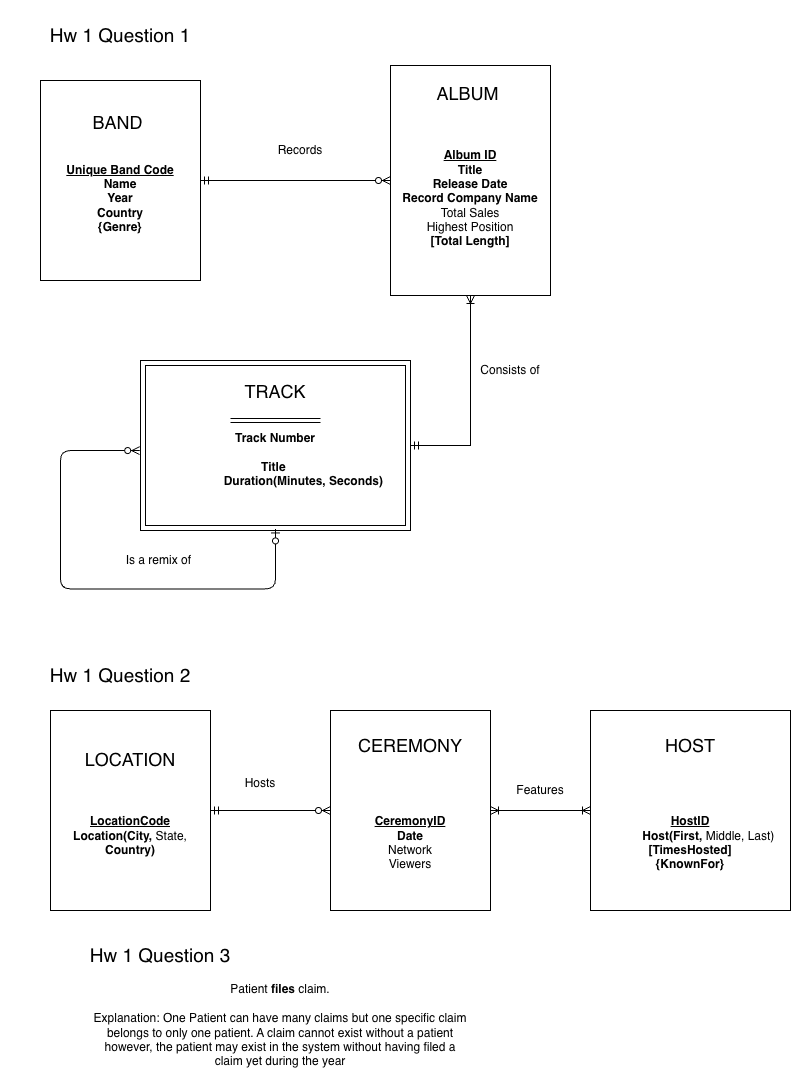
Before: HW 1.drawio.png, a diagram exported from draw.io (KennethManzi1/Data-Management-Graduate-School-Course). Source tidied: cells renumbered, new cells last; positions are measured from the earlier drawing's top-left corner, leaving out a move shared by most shapes.
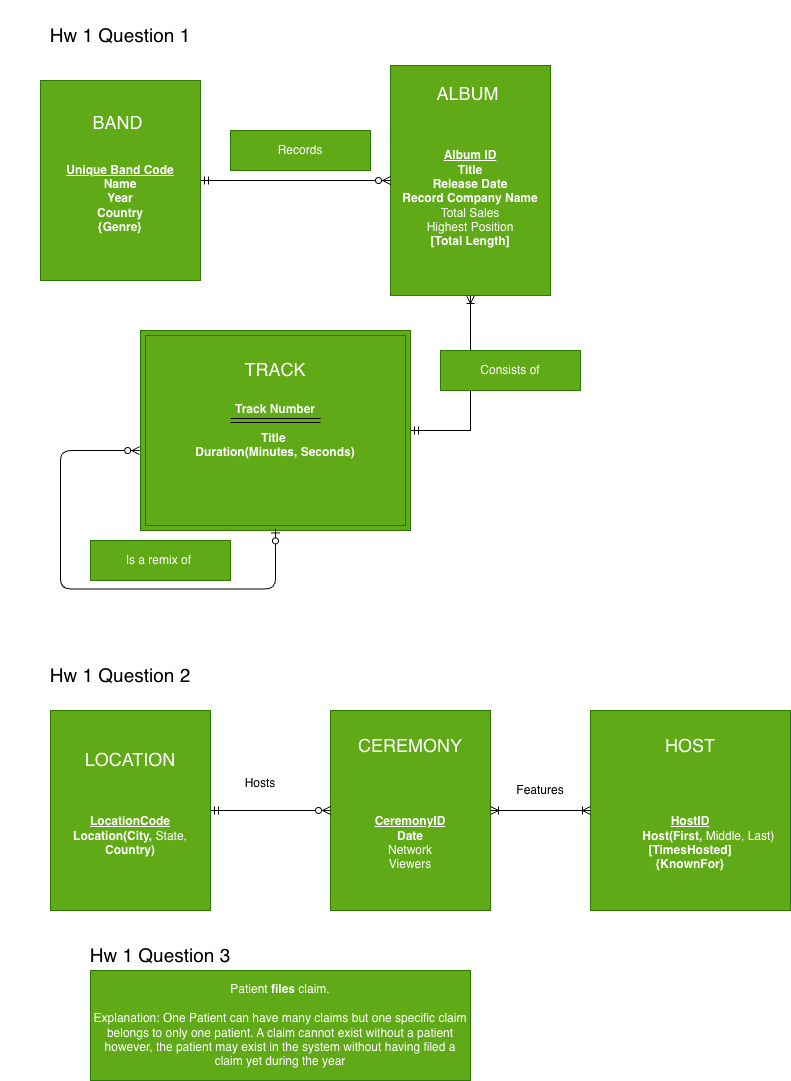
The same diagram one commit later.

Change to the diagram source:
```diff
@@ -5,20 +5,20 @@
     <mxCell id="2" value="Hw 1 Question 1" style="text;html=1;whiteSpace=wrap;strokeColor=none;fillColor=none;align=center;verticalAlign=middle;rounded=0;fontSize=19;" parent="1" vertex="1">
       <mxGeometry width="240" height="70" as="geometry" />
     </mxCell>
-    <mxCell id="3" value="&lt;font style=&quot;font-size: 18px;&quot;&gt;BAND&lt;b&gt;&amp;nbsp;&lt;/b&gt;&lt;/font&gt;&lt;div&gt;&lt;br&gt;&lt;/div&gt;&lt;div&gt;&lt;br&gt;&lt;/div&gt;&lt;div&gt;&lt;div&gt;&lt;u&gt;&lt;b&gt;Unique Band Code&lt;/b&gt;&lt;/u&gt;&lt;/div&gt;&lt;div&gt;&lt;b&gt;Name&lt;/b&gt;&lt;/div&gt;&lt;div&gt;&lt;b&gt;Year&lt;/b&gt;&lt;/div&gt;&lt;div&gt;&lt;b&gt;Country&lt;/b&gt;&lt;/div&gt;&lt;div&gt;&lt;b&gt;{Genre}&lt;/b&gt;&lt;/div&gt;&lt;div&gt;&lt;br&gt;&lt;/div&gt;&lt;/div&gt;" style="whiteSpace=wrap;html=1;align=center;" parent="1" vertex="1">
+    <mxCell id="3" value="&lt;font style=&quot;font-size: 18px;&quot;&gt;BAND&lt;b&gt;&amp;nbsp;&lt;/b&gt;&lt;/font&gt;&lt;div&gt;&lt;br&gt;&lt;/div&gt;&lt;div&gt;&lt;br&gt;&lt;/div&gt;&lt;div&gt;&lt;div&gt;&lt;u&gt;&lt;b&gt;Unique Band Code&lt;/b&gt;&lt;/u&gt;&lt;/div&gt;&lt;div&gt;&lt;b&gt;Name&lt;/b&gt;&lt;/div&gt;&lt;div&gt;&lt;b&gt;Year&lt;/b&gt;&lt;/div&gt;&lt;div&gt;&lt;b&gt;Country&lt;/b&gt;&lt;/div&gt;&lt;div&gt;&lt;b&gt;{Genre}&lt;/b&gt;&lt;/div&gt;&lt;div&gt;&lt;br&gt;&lt;/div&gt;&lt;/div&gt;" style="whiteSpace=wrap;html=1;align=center;fillColor=#60a917;fontColor=#ffffff;strokeColor=#2D7600;" parent="1" vertex="1">
       <mxGeometry x="40" y="80" width="160" height="200" as="geometry" />
     </mxCell>
-    <mxCell id="4" value="&lt;font style=&quot;font-size: 18px;&quot;&gt;ALBUM&amp;nbsp;&lt;/font&gt;&lt;div&gt;&lt;span style=&quot;font-size: 18px;&quot;&gt;&lt;br&gt;&lt;/span&gt;&lt;/div&gt;&lt;div&gt;&lt;span style=&quot;font-size: 18px;&quot;&gt;&lt;br&gt;&lt;/span&gt;&lt;div&gt;&lt;b&gt;&lt;u&gt;Album ID&lt;/u&gt;&lt;/b&gt;&lt;/div&gt;&lt;div&gt;&lt;b&gt;Title&lt;/b&gt;&lt;/div&gt;&lt;div&gt;&lt;b&gt;Release Date&lt;/b&gt;&lt;/div&gt;&lt;div&gt;&lt;b&gt;Record Company Name&lt;/b&gt;&lt;/div&gt;&lt;div&gt;Total Sales&lt;/div&gt;&lt;div&gt;Highest Position&lt;/div&gt;&lt;div&gt;&lt;b&gt;[Total Length]&lt;/b&gt;&lt;/div&gt;&lt;div&gt;&lt;br&gt;&lt;/div&gt;&lt;div&gt;&lt;br&gt;&lt;/div&gt;&lt;/div&gt;" style="whiteSpace=wrap;html=1;align=center;" parent="1" vertex="1">
+    <mxCell id="4" value="&lt;font style=&quot;font-size: 18px;&quot;&gt;ALBUM&amp;nbsp;&lt;/font&gt;&lt;div&gt;&lt;span style=&quot;font-size: 18px;&quot;&gt;&lt;br&gt;&lt;/span&gt;&lt;/div&gt;&lt;div&gt;&lt;span style=&quot;font-size: 18px;&quot;&gt;&lt;br&gt;&lt;/span&gt;&lt;div&gt;&lt;b&gt;&lt;u&gt;Album ID&lt;/u&gt;&lt;/b&gt;&lt;/div&gt;&lt;div&gt;&lt;b&gt;Title&lt;/b&gt;&lt;/div&gt;&lt;div&gt;&lt;b&gt;Release Date&lt;/b&gt;&lt;/div&gt;&lt;div&gt;&lt;b&gt;Record Company Name&lt;/b&gt;&lt;/div&gt;&lt;div&gt;Total Sales&lt;/div&gt;&lt;div&gt;Highest Position&lt;/div&gt;&lt;div&gt;&lt;b&gt;[Total Length]&lt;/b&gt;&lt;/div&gt;&lt;div&gt;&lt;br&gt;&lt;/div&gt;&lt;div&gt;&lt;br&gt;&lt;/div&gt;&lt;/div&gt;" style="whiteSpace=wrap;html=1;align=center;fillColor=#60a917;fontColor=#ffffff;strokeColor=#2D7600;" parent="1" vertex="1">
       <mxGeometry x="390" y="65" width="160" height="230" as="geometry" />
     </mxCell>
     <mxCell id="5" style="edgeStyle=entityRelationEdgeStyle;fontSize=12;html=1;endArrow=ERzeroToMany;startArrow=ERmandOne;rounded=0;exitX=1;exitY=0.5;exitDx=0;exitDy=0;entryX=0;entryY=0.5;entryDx=0;entryDy=0;" parent="1" edge="1" source="3" target="4">
       <mxGeometry relative="1" as="geometry" />
     </mxCell>
-    <mxCell id="6" value="Records" style="text;html=1;whiteSpace=wrap;strokeColor=none;fillColor=none;align=center;verticalAlign=middle;rounded=0;" parent="1" vertex="1">
+    <mxCell id="6" value="Records" style="text;html=1;whiteSpace=wrap;strokeColor=#2D7600;fillColor=#60a917;align=center;verticalAlign=middle;rounded=0;fontColor=#ffffff;" parent="1" vertex="1">
       <mxGeometry x="230" y="130" width="140" height="40" as="geometry" />
     </mxCell>
-    <mxCell id="7" value="&lt;div&gt;&lt;font style=&quot;font-size: 18px;&quot;&gt;&lt;br&gt;&lt;/font&gt;&lt;/div&gt;&lt;font style=&quot;font-size: 18px;&quot;&gt;TRACK&lt;/font&gt;&lt;div&gt;&lt;div&gt;&lt;br&gt;&lt;/div&gt;&lt;div&gt;&lt;br&gt;&lt;/div&gt;&lt;div&gt;&lt;b&gt;Track Number&lt;/b&gt;&lt;/div&gt;&lt;div&gt;&lt;br&gt;&lt;/div&gt;&lt;div&gt;&lt;span style=&quot;background-color: transparent; color: light-dark(rgb(0, 0, 0), rgb(255, 255, 255));&quot;&gt;&lt;b&gt;Title&amp;nbsp;&lt;/b&gt;&lt;/span&gt;&lt;/div&gt;&lt;div&gt;&lt;b&gt;&amp;nbsp; &amp;nbsp; &amp;nbsp; &amp;nbsp; &amp;nbsp; &amp;nbsp; &amp;nbsp; &amp;nbsp; &amp;nbsp;Duration(Minutes, Seconds)&lt;/b&gt;&lt;/div&gt;&lt;div&gt;&lt;span style=&quot;background-color: transparent; color: light-dark(rgb(0, 0, 0), rgb(255, 255, 255));&quot;&gt;&lt;br&gt;&lt;/span&gt;&lt;/div&gt;&lt;div&gt;&lt;br&gt;&lt;/div&gt;&lt;div&gt;&lt;br&gt;&lt;/div&gt;&lt;/div&gt;" style="shape=ext;margin=3;double=1;whiteSpace=wrap;html=1;align=center;" parent="1" vertex="1">
-      <mxGeometry x="140" y="360" width="270" height="170" as="geometry" />
+    <mxCell id="7" value="&lt;div&gt;&lt;span style=&quot;font-size: 18px; background-color: transparent; color: light-dark(rgb(255, 255, 255), rgb(18, 18, 18));&quot;&gt;TRACK&lt;/span&gt;&lt;/div&gt;&lt;div&gt;&lt;span style=&quot;font-size: 18px; background-color: transparent; color: light-dark(rgb(255, 255, 255), rgb(18, 18, 18));&quot;&gt;&lt;br&gt;&lt;/span&gt;&lt;/div&gt;&lt;div&gt;&lt;b style=&quot;background-color: transparent; color: light-dark(rgb(255, 255, 255), rgb(18, 18, 18));&quot;&gt;Track Number&lt;/b&gt;&lt;/div&gt;&lt;div&gt;&lt;div&gt;&lt;div&gt;&lt;br&gt;&lt;/div&gt;&lt;div&gt;&lt;b&gt;&amp;nbsp; &amp;nbsp; &amp;nbsp; &amp;nbsp; Title&amp;nbsp; &amp;nbsp; &amp;nbsp; &amp;nbsp; &amp;nbsp;&lt;/b&gt;&lt;/div&gt;&lt;div&gt;&lt;b&gt;Duration(Minutes, Seconds)&lt;/b&gt;&lt;/div&gt;&lt;div&gt;&lt;span style=&quot;background-color: transparent; color: light-dark(rgb(0, 0, 0), rgb(255, 255, 255));&quot;&gt;&lt;br&gt;&lt;/span&gt;&lt;/div&gt;&lt;div&gt;&lt;br&gt;&lt;/div&gt;&lt;div&gt;&lt;br&gt;&lt;/div&gt;&lt;/div&gt;&lt;/div&gt;" style="shape=ext;margin=3;double=1;whiteSpace=wrap;html=1;align=center;fillColor=#60a917;fontColor=#ffffff;strokeColor=#2D7600;" parent="1" vertex="1">
+      <mxGeometry x="140" y="330" width="270" height="200" as="geometry" />
     </mxCell>
     <mxCell id="8" style="shape=link;html=1;rounded=0;" parent="1" edge="1">
       <mxGeometry relative="1" as="geometry">
@@ -40,22 +40,22 @@
         </Array>
       </mxGeometry>
     </mxCell>
-    <mxCell id="11" value="Consists of" style="text;html=1;whiteSpace=wrap;strokeColor=none;fillColor=none;align=center;verticalAlign=middle;rounded=0;" parent="1" vertex="1">
+    <mxCell id="11" value="Consists of" style="text;html=1;whiteSpace=wrap;strokeColor=#2D7600;fillColor=#60a917;align=center;verticalAlign=middle;rounded=0;fontColor=#ffffff;" parent="1" vertex="1">
       <mxGeometry x="440" y="350" width="140" height="40" as="geometry" />
     </mxCell>
-    <mxCell id="12" value="Is a remix of&amp;nbsp;" style="text;html=1;whiteSpace=wrap;strokeColor=none;fillColor=none;align=center;verticalAlign=middle;rounded=0;" parent="1" vertex="1">
+    <mxCell id="12" value="Is a remix of&amp;nbsp;" style="text;html=1;whiteSpace=wrap;strokeColor=#2D7600;fillColor=#60a917;align=center;verticalAlign=middle;rounded=0;fontColor=#ffffff;" parent="1" vertex="1">
       <mxGeometry x="90" y="540" width="140" height="40" as="geometry" />
     </mxCell>
     <mxCell id="13" value="Hw 1 Question 2" style="text;html=1;whiteSpace=wrap;strokeColor=none;fillColor=none;align=center;verticalAlign=middle;rounded=0;fontSize=19;" parent="1" vertex="1">
       <mxGeometry y="640" width="240" height="70" as="geometry" />
     </mxCell>
-    <mxCell id="14" value="&lt;span style=&quot;font-size: 18px;&quot;&gt;LOCATION&lt;/span&gt;&lt;br&gt;&lt;div&gt;&lt;br&gt;&lt;/div&gt;&lt;div&gt;&lt;br&gt;&lt;/div&gt;&lt;div&gt;&lt;br&gt;&lt;/div&gt;&lt;div&gt;&lt;div&gt;&lt;b&gt;&lt;u&gt;LocationCode&lt;/u&gt;&lt;/b&gt;&lt;/div&gt;&lt;div&gt;&lt;b&gt;Location(City, &lt;/b&gt;State, &lt;b&gt;Country)&lt;/b&gt;&lt;/div&gt;&lt;div&gt;&lt;br&gt;&lt;/div&gt;&lt;/div&gt;" style="whiteSpace=wrap;html=1;align=center;" parent="1" vertex="1">
+    <mxCell id="14" value="&lt;span style=&quot;font-size: 18px;&quot;&gt;LOCATION&lt;/span&gt;&lt;br&gt;&lt;div&gt;&lt;br&gt;&lt;/div&gt;&lt;div&gt;&lt;br&gt;&lt;/div&gt;&lt;div&gt;&lt;br&gt;&lt;/div&gt;&lt;div&gt;&lt;div&gt;&lt;b&gt;&lt;u&gt;LocationCode&lt;/u&gt;&lt;/b&gt;&lt;/div&gt;&lt;div&gt;&lt;b&gt;Location(City, &lt;/b&gt;State, &lt;b&gt;Country)&lt;/b&gt;&lt;/div&gt;&lt;div&gt;&lt;br&gt;&lt;/div&gt;&lt;/div&gt;" style="whiteSpace=wrap;html=1;align=center;fillColor=#60a917;fontColor=#ffffff;strokeColor=#2D7600;" parent="1" vertex="1">
       <mxGeometry x="50" y="710" width="160" height="200" as="geometry" />
     </mxCell>
-    <mxCell id="15" value="&lt;div&gt;&lt;span style=&quot;font-size: 18px;&quot;&gt;CEREMONY&lt;/span&gt;&lt;/div&gt;&lt;div&gt;&lt;span style=&quot;font-size: 18px;&quot;&gt;&lt;br&gt;&lt;/span&gt;&lt;/div&gt;&lt;div&gt;&lt;span style=&quot;font-size: 18px;&quot;&gt;&lt;br&gt;&lt;/span&gt;&lt;/div&gt;&lt;div&gt;&lt;br&gt;&lt;/div&gt;&lt;div&gt;&lt;div&gt;&lt;b&gt;&lt;u&gt;CeremonyID&lt;/u&gt;&lt;/b&gt;&lt;/div&gt;&lt;div&gt;&lt;b&gt;Date&lt;/b&gt;&lt;/div&gt;&lt;div&gt;Network&lt;/div&gt;&lt;div&gt;Viewers&lt;/div&gt;&lt;div&gt;&lt;br&gt;&lt;/div&gt;&lt;/div&gt;" style="whiteSpace=wrap;html=1;align=center;" parent="1" vertex="1">
+    <mxCell id="15" value="&lt;div&gt;&lt;span style=&quot;font-size: 18px;&quot;&gt;CEREMONY&lt;/span&gt;&lt;/div&gt;&lt;div&gt;&lt;span style=&quot;font-size: 18px;&quot;&gt;&lt;br&gt;&lt;/span&gt;&lt;/div&gt;&lt;div&gt;&lt;span style=&quot;font-size: 18px;&quot;&gt;&lt;br&gt;&lt;/span&gt;&lt;/div&gt;&lt;div&gt;&lt;br&gt;&lt;/div&gt;&lt;div&gt;&lt;div&gt;&lt;b&gt;&lt;u&gt;CeremonyID&lt;/u&gt;&lt;/b&gt;&lt;/div&gt;&lt;div&gt;&lt;b&gt;Date&lt;/b&gt;&lt;/div&gt;&lt;div&gt;Network&lt;/div&gt;&lt;div&gt;Viewers&lt;/div&gt;&lt;div&gt;&lt;br&gt;&lt;/div&gt;&lt;/div&gt;" style="whiteSpace=wrap;html=1;align=center;fillColor=#60a917;fontColor=#ffffff;strokeColor=#2D7600;" parent="1" vertex="1">
       <mxGeometry x="330" y="710" width="160" height="200" as="geometry" />
     </mxCell>
-    <mxCell id="16" value="&lt;div&gt;&lt;span style=&quot;font-size: 18px;&quot;&gt;HOST&lt;/span&gt;&lt;/div&gt;&lt;div&gt;&lt;span style=&quot;font-size: 18px;&quot;&gt;&lt;br&gt;&lt;/span&gt;&lt;/div&gt;&lt;div&gt;&lt;span style=&quot;font-size: 18px;&quot;&gt;&lt;br&gt;&lt;/span&gt;&lt;/div&gt;&lt;div&gt;&lt;br&gt;&lt;/div&gt;&lt;div&gt;&lt;div&gt;&lt;b&gt;&lt;u&gt;HostID&lt;/u&gt;&lt;/b&gt;&lt;/div&gt;&lt;div&gt;&lt;b&gt;&amp;nbsp; &amp;nbsp; &amp;nbsp; &amp;nbsp; &amp;nbsp; &amp;nbsp;Host(First, &lt;/b&gt;Middle, Last)&lt;/div&gt;&lt;div&gt;&lt;b&gt;[TimesHosted]&lt;/b&gt;&lt;/div&gt;&lt;div&gt;&lt;b&gt;{KnownFor}&lt;/b&gt;&lt;/div&gt;&lt;div&gt;&lt;br&gt;&lt;/div&gt;&lt;/div&gt;" style="whiteSpace=wrap;html=1;align=center;" parent="1" vertex="1">
+    <mxCell id="16" value="&lt;div&gt;&lt;span style=&quot;font-size: 18px;&quot;&gt;HOST&lt;/span&gt;&lt;/div&gt;&lt;div&gt;&lt;span style=&quot;font-size: 18px;&quot;&gt;&lt;br&gt;&lt;/span&gt;&lt;/div&gt;&lt;div&gt;&lt;span style=&quot;font-size: 18px;&quot;&gt;&lt;br&gt;&lt;/span&gt;&lt;/div&gt;&lt;div&gt;&lt;br&gt;&lt;/div&gt;&lt;div&gt;&lt;div&gt;&lt;b&gt;&lt;u&gt;HostID&lt;/u&gt;&lt;/b&gt;&lt;/div&gt;&lt;div&gt;&lt;b&gt;&amp;nbsp; &amp;nbsp; &amp;nbsp; &amp;nbsp; &amp;nbsp; &amp;nbsp;Host(First, &lt;/b&gt;Middle, Last)&lt;/div&gt;&lt;div&gt;&lt;b&gt;[TimesHosted]&lt;/b&gt;&lt;/div&gt;&lt;div&gt;&lt;b&gt;{KnownFor}&lt;/b&gt;&lt;/div&gt;&lt;div&gt;&lt;br&gt;&lt;/div&gt;&lt;/div&gt;" style="whiteSpace=wrap;html=1;align=center;fillColor=#60a917;fontColor=#ffffff;strokeColor=#2D7600;" parent="1" vertex="1">
       <mxGeometry x="590" y="710" width="200" height="200" as="geometry" />
     </mxCell>
     <mxCell id="17" style="edgeStyle=entityRelationEdgeStyle;fontSize=12;html=1;endArrow=ERzeroToMany;startArrow=ERmandOne;rounded=0;entryX=0;entryY=0.5;entryDx=0;entryDy=0;exitX=1;exitY=0.5;exitDx=0;exitDy=0;" parent="1" edge="1" source="14" target="15">
@@ -73,7 +73,7 @@
     <mxCell id="21" value="Hw 1 Question 3" style="text;html=1;whiteSpace=wrap;strokeColor=none;fillColor=none;align=center;verticalAlign=middle;rounded=0;fontSize=19;" parent="1" vertex="1">
       <mxGeometry x="40" y="920" width="240" height="70" as="geometry" />
     </mxCell>
-    <mxCell id="22" value="&lt;div&gt;Patient &lt;b&gt;files&lt;/b&gt; claim.&lt;br&gt;&lt;br&gt;Explanation: One Patient can have many claims but one specific claim belongs to only one patient. A claim cannot exist without a patient however, the patient may exist in the system without having filed a claim yet during the year&lt;/div&gt;" style="text;html=1;whiteSpace=wrap;strokeColor=none;fillColor=none;align=center;verticalAlign=middle;rounded=0;" parent="1" vertex="1">
+    <mxCell id="22" value="&lt;div&gt;Patient &lt;b&gt;files&lt;/b&gt; claim.&lt;br&gt;&lt;br&gt;Explanation: One Patient can have many claims but one specific claim belongs to only one patient. A claim cannot exist without a patient however, the patient may exist in the system without having filed a claim yet during the year&lt;/div&gt;" style="text;html=1;whiteSpace=wrap;strokeColor=#2D7600;fillColor=#60a917;align=center;verticalAlign=middle;rounded=0;fontColor=#ffffff;" parent="1" vertex="1">
       <mxGeometry x="90" y="970" width="380" height="110" as="geometry" />
     </mxCell>
   </root>
```
